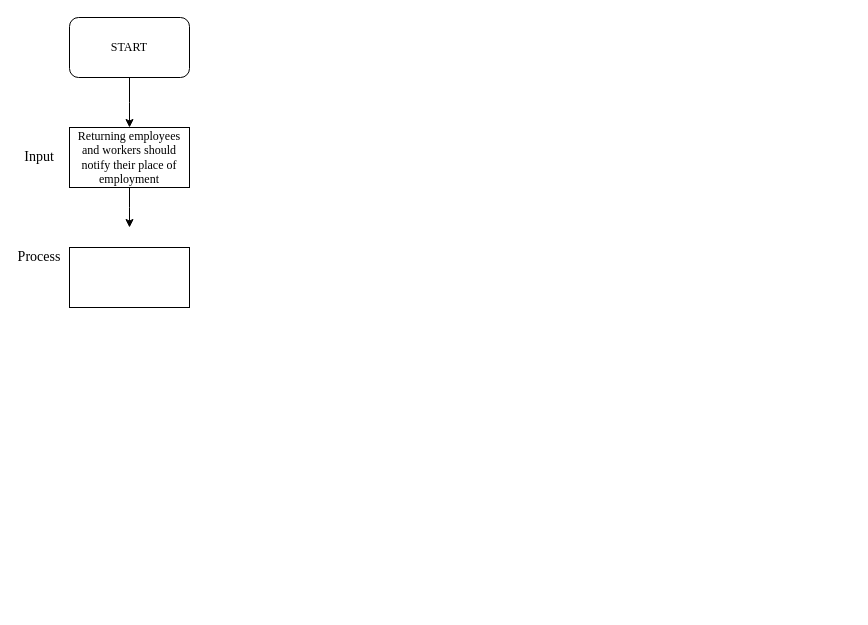
Before: BPDM - QUIZ 2.drawio in garett09/SourceCodes, a draw.io diagram. Source tidied: cells renumbered, new cells numbered last; positions are measured from the earlier drawing's top-left corner, leaving out a move shared by most shapes. Both pictures are drawn from the tidied source at 100%, with x=0, y=0 at pixel (19, 17).
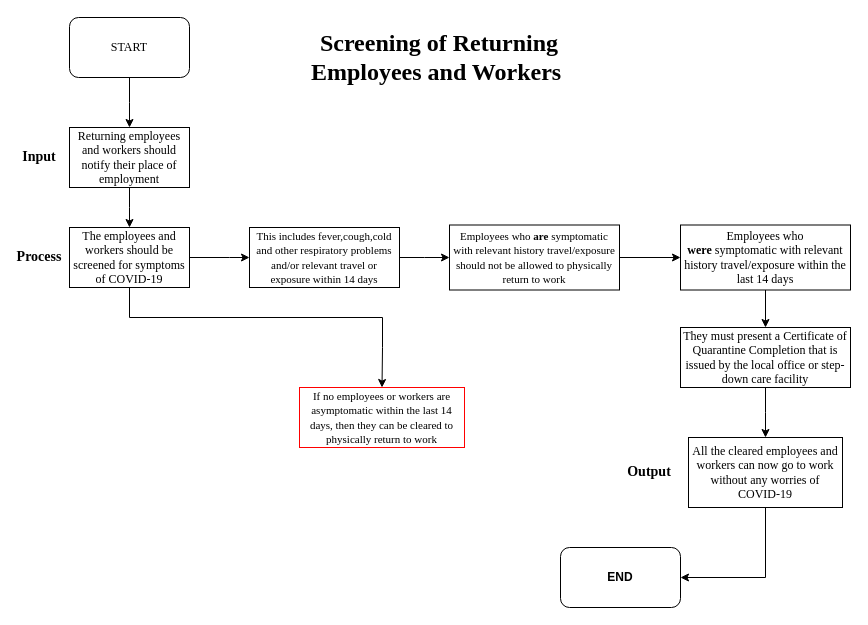
The same diagram, later.

Diff of the diagram source:
```diff
@@
-    <mxCell id="2" value="&lt;font face=&quot;Times New Roman&quot; style=&quot;font-size: 14px&quot;&gt;Input&lt;/font&gt;" style="text;html=1;strokeColor=none;fillColor=none;align=center;verticalAlign=middle;whiteSpace=wrap;rounded=0;" parent="1" vertex="1">
+    <mxCell id="2" value="&lt;font face=&quot;Times New Roman&quot; style=&quot;font-size: 14px&quot;&gt;Input&lt;/font&gt;" style="text;html=1;strokeColor=none;fillColor=none;align=center;verticalAlign=middle;whiteSpace=wrap;rounded=0;fontStyle=1;" parent="1" vertex="1">
       <mxGeometry y="130" width="40" height="20" as="geometry" />
     </mxCell>
@@
-    <mxCell id="7" value="&lt;font face=&quot;Times New Roman&quot; style=&quot;font-size: 14px&quot;&gt;Process&lt;/font&gt;" style="text;html=1;strokeColor=none;fillColor=none;align=center;verticalAlign=middle;whiteSpace=wrap;rounded=0;" parent="1" vertex="1">
+    <mxCell id="7" value="&lt;font face=&quot;Times New Roman&quot; style=&quot;font-size: 14px&quot;&gt;Process&lt;/font&gt;" style="text;html=1;strokeColor=none;fillColor=none;align=center;verticalAlign=middle;whiteSpace=wrap;rounded=0;fontStyle=1;" parent="1" vertex="1">
       <mxGeometry y="230" width="40" height="20" as="geometry" />
     </mxCell>
+    <mxCell id="9" style="edgeStyle=orthogonalEdgeStyle;rounded=0;jettySize=auto;html=1;" parent="1" edge="1" source="8">
+      <mxGeometry relative="1" as="geometry">
+        <mxPoint x="230" y="240" as="targetPoint" />
+        <Array as="points">
+          <mxPoint x="210" y="240" />
+        </Array>
+      </mxGeometry>
+    </mxCell>
+    <mxCell id="10" style="edgeStyle=orthogonalEdgeStyle;rounded=0;jettySize=auto;html=1;entryX=0.5;entryY=0;entryDx=0;entryDy=0;" parent="1" edge="1" source="8" target="15">
+      <mxGeometry relative="1" as="geometry">
+        <Array as="points">
+          <mxPoint x="110" y="300" />
+          <mxPoint x="363" y="300" />
+          <mxPoint x="363" y="330" />
+        </Array>
+      </mxGeometry>
+    </mxCell>
-    <mxCell id="8" style="rounded=0;whiteSpace=wrap;html=1;" parent="1" vertex="1">
-      <mxGeometry x="50" y="230" width="120" height="60" as="geometry" />
+    <mxCell id="8" value="&lt;font face=&quot;Times New Roman&quot;&gt;The employees and workers should be screened for symptoms of COVID-19&lt;/font&gt;" style="rounded=0;whiteSpace=wrap;html=1;" parent="1" vertex="1">
+      <mxGeometry x="50" y="210" width="120" height="60" as="geometry" />
     </mxCell>
+    <mxCell id="11" style="edgeStyle=orthogonalEdgeStyle;rounded=0;jettySize=auto;html=1;" parent="1" edge="1" source="12">
+      <mxGeometry relative="1" as="geometry">
+        <mxPoint x="430" y="240" as="targetPoint" />
+      </mxGeometry>
+    </mxCell>
+    <mxCell id="12" value="&lt;font face=&quot;Times New Roman&quot; style=&quot;font-size: 11px&quot;&gt;This includes fever,cough,cold and other respiratory problems and/or relevant travel or exposure within 14 days&lt;/font&gt;" style="rounded=0;whiteSpace=wrap;html=1;" parent="1" vertex="1">
+      <mxGeometry x="230" y="210" width="150" height="60" as="geometry" />
+    </mxCell>
+    <mxCell id="13" style="edgeStyle=orthogonalEdgeStyle;rounded=0;jettySize=auto;html=1;entryX=0;entryY=0.5;entryDx=0;entryDy=0;" parent="1" edge="1" source="14" target="17">
+      <mxGeometry relative="1" as="geometry" />
+    </mxCell>
+    <mxCell id="14" value="&lt;font face=&quot;Times New Roman&quot; style=&quot;font-size: 11px&quot;&gt;Employees who &lt;b&gt;are &lt;/b&gt;symptomatic with relevant history travel/exposure should not be allowed to physically return to work&lt;/font&gt;" style="rounded=0;whiteSpace=wrap;html=1;" parent="1" vertex="1">
+      <mxGeometry x="430" y="207.5" width="170" height="65" as="geometry" />
+    </mxCell>
+    <mxCell id="15" value="&lt;font face=&quot;Times New Roman&quot;&gt;&lt;span style=&quot;font-size: 11px&quot;&gt;If no employees or workers are asymptomatic within the last 14 days, then they can be cleared to physically&amp;nbsp;return to work&lt;/span&gt;&lt;/font&gt;" style="rounded=0;whiteSpace=wrap;html=1;strokeColor=#FF0000;" parent="1" vertex="1">
+      <mxGeometry x="280" y="370" width="165" height="60" as="geometry" />
+    </mxCell>
+    <mxCell id="16" style="edgeStyle=orthogonalEdgeStyle;rounded=0;jettySize=auto;html=1;entryX=0.5;entryY=0;entryDx=0;entryDy=0;" parent="1" edge="1" source="17" target="19">
+      <mxGeometry relative="1" as="geometry" />
+    </mxCell>
+    <mxCell id="17" value="&lt;font face=&quot;Times New Roman&quot; style=&quot;font-size: 12px&quot;&gt;Employees who &lt;b&gt;were&amp;nbsp;&lt;/b&gt;symptomatic with relevant history travel/exposure within the last 14 days&lt;/font&gt;" style="rounded=0;whiteSpace=wrap;html=1;" parent="1" vertex="1">
+      <mxGeometry x="661" y="207.5" width="170" height="65" as="geometry" />
+    </mxCell>
+    <mxCell id="18" style="edgeStyle=orthogonalEdgeStyle;rounded=0;jettySize=auto;html=1;" parent="1" edge="1" source="19">
+      <mxGeometry relative="1" as="geometry">
+        <mxPoint x="746" y="420" as="targetPoint" />
+      </mxGeometry>
+    </mxCell>
+    <mxCell id="19" value="&lt;font face=&quot;Times New Roman&quot;&gt;They must present a Certificate of Quarantine Completion that is issued by the local office or step-down care facility&lt;/font&gt;" style="rounded=0;whiteSpace=wrap;html=1;" parent="1" vertex="1">
+      <mxGeometry x="661" y="310" width="170" height="60" as="geometry" />
+    </mxCell>
+    <mxCell id="20" style="edgeStyle=orthogonalEdgeStyle;rounded=0;jettySize=auto;html=1;entryX=1;entryY=0.5;entryDx=0;entryDy=0;exitX=0.5;exitY=1;exitDx=0;exitDy=0;" parent="1" edge="1" source="21" target="24">
+      <mxGeometry relative="1" as="geometry">
+        <Array as="points">
+          <mxPoint x="746" y="560" />
+        </Array>
+      </mxGeometry>
+    </mxCell>
+    <mxCell id="21" value="&lt;font face=&quot;Times New Roman&quot;&gt;All the cleared employees and workers can now go to work without any worries of COVID-19&lt;/font&gt;" style="rounded=0;whiteSpace=wrap;html=1;strokeColor=#000000;" parent="1" vertex="1">
+      <mxGeometry x="669" y="420" width="154" height="70" as="geometry" />
+    </mxCell>
+    <mxCell id="22" value="&lt;font face=&quot;Times New Roman&quot; style=&quot;font-size: 14px&quot;&gt;Output&lt;/font&gt;" style="text;html=1;strokeColor=none;fillColor=none;align=center;verticalAlign=middle;whiteSpace=wrap;rounded=0;fontStyle=1;" parent="1" vertex="1">
+      <mxGeometry x="610" y="445" width="40" height="20" as="geometry" />
+    </mxCell>
+    <mxCell id="23" value="&lt;font face=&quot;Times New Roman&quot; style=&quot;font-size: 24px&quot;&gt;&lt;b&gt;Screening of Returning Employees and Workers&amp;nbsp;&lt;/b&gt;&lt;/font&gt;" style="text;html=1;strokeColor=none;fillColor=none;align=center;verticalAlign=middle;whiteSpace=wrap;rounded=0;" parent="1" vertex="1">
+      <mxGeometry x="280" y="10" width="280" height="60" as="geometry" />
+    </mxCell>
+    <mxCell id="24" value="&lt;b&gt;END&lt;/b&gt;" style="rounded=1;whiteSpace=wrap;html=1;strokeColor=#000000;" parent="1" vertex="1">
+      <mxGeometry x="541" y="530" width="120" height="60" as="geometry" />
+    </mxCell>
```
